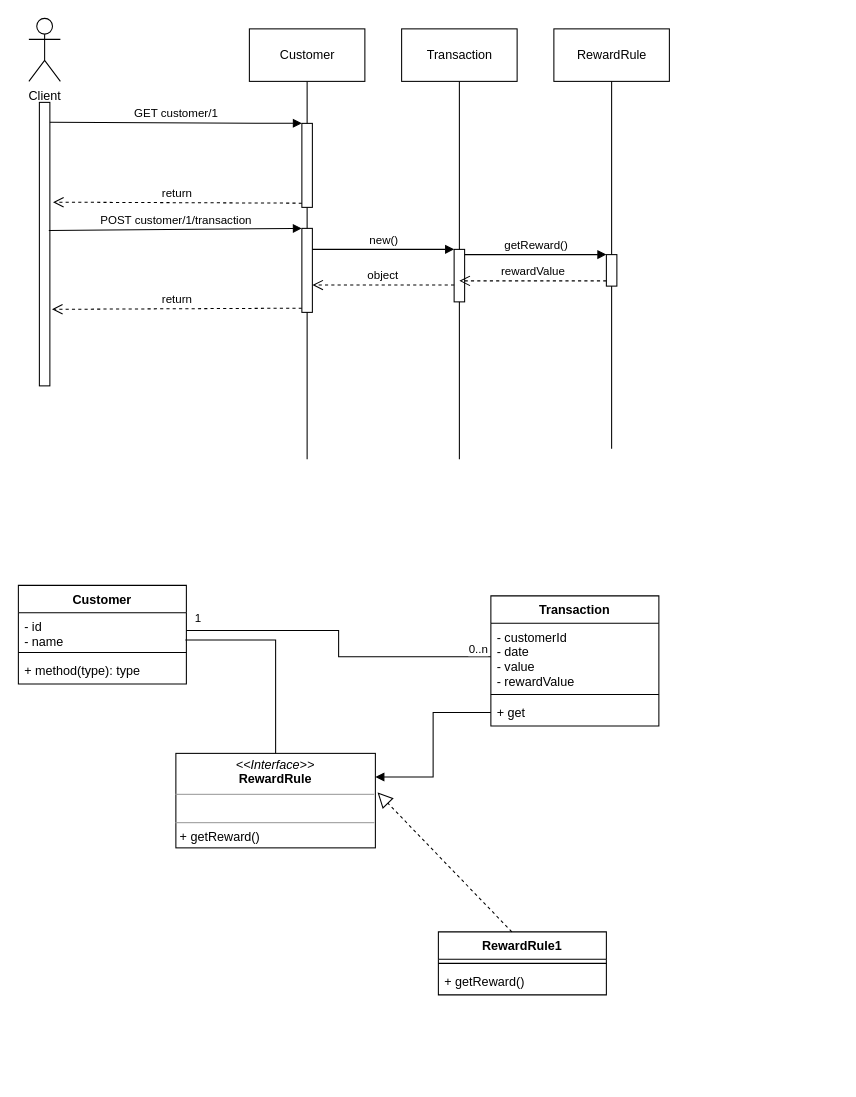
The draw.io diagram page "Page-2" (2 of 2) of System Design.drawio in furlan/ms-rewards-webapi, before the edit. Source tidied: cells renumbered, new cells numbered last; positions are measured from the earlier drawing's top-left corner, leaving out a move shared by most shapes. Both pictures are drawn from the tidied source at 105%, with x=0, y=0 at pixel (18, 18).
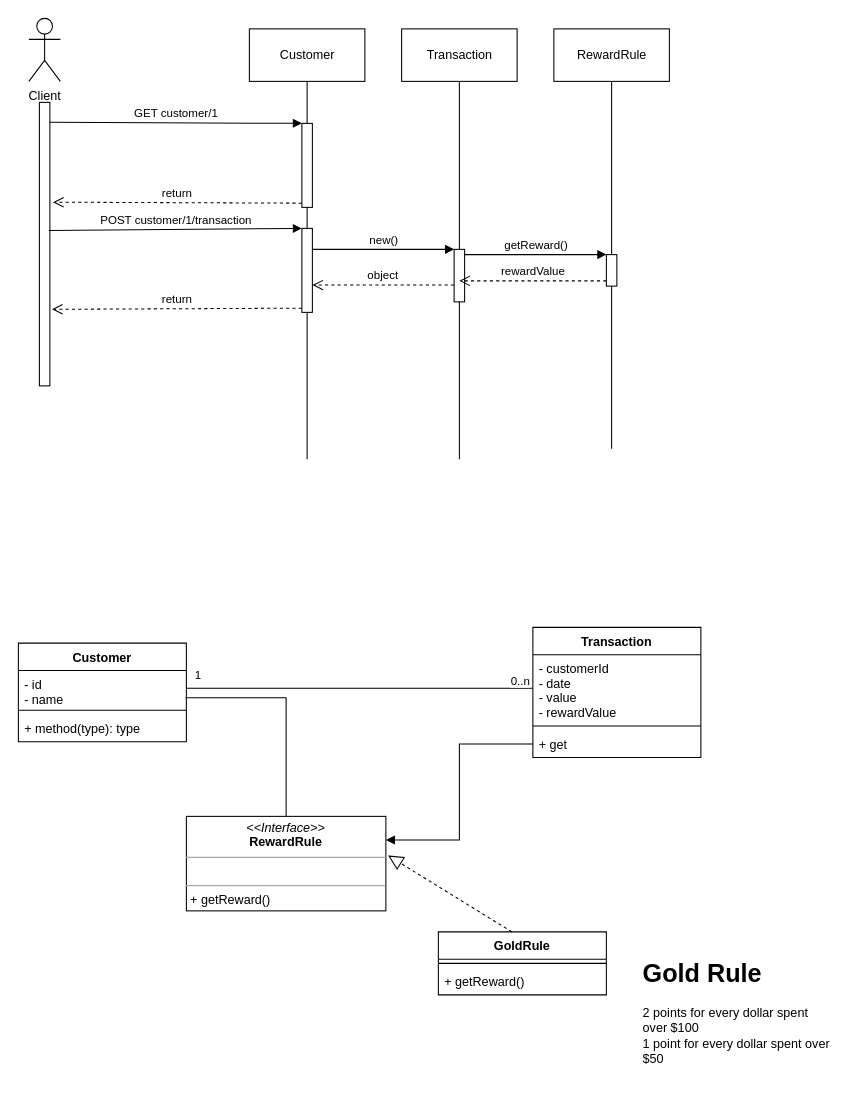
The same page after the edit.

The edit, as a diff of the source:
```diff
@@
     <mxCell id="2" value="Customer" style="swimlane;fontStyle=1;align=center;verticalAlign=top;horizontal=1;startSize=26;" parent="1" vertex="1">
-      <mxGeometry y="540" width="160" height="94" as="geometry" />
+      <mxGeometry y="595" width="160" height="94" as="geometry" />
     </mxCell>
@@
     <mxCell id="6" value="Transaction" style="swimlane;fontStyle=1;align=center;verticalAlign=top;horizontal=1;startSize=26;" parent="1" vertex="1">
-      <mxGeometry x="450" y="550" width="160" height="124" as="geometry" />
+      <mxGeometry x="490" y="580" width="160" height="124" as="geometry" />
     </mxCell>
@@
-    <mxCell id="10" value="RewardRule1" style="swimlane;fontStyle=1;align=center;verticalAlign=top;horizontal=1;startSize=26;" parent="1" vertex="1">
+    <mxCell id="10" value="GoldRule" style="swimlane;fontStyle=1;align=center;verticalAlign=top;horizontal=1;startSize=26;" parent="1" vertex="1">
       <mxGeometry x="400" y="870" width="160" height="60" as="geometry" />
     </mxCell>
@@
     <mxCell id="37" value="&lt;p style=&quot;margin:0px;margin-top:4px;text-align:center;&quot;&gt;&lt;i&gt;&amp;lt;&amp;lt;Interface&amp;gt;&amp;gt;&lt;/i&gt;&lt;br&gt;&lt;b&gt;RewardRule&lt;/b&gt;&lt;/p&gt;&lt;hr size=&quot;1&quot;&gt;&lt;p style=&quot;margin:0px;margin-left:4px;&quot;&gt;&lt;br&gt;&lt;/p&gt;&lt;hr size=&quot;1&quot;&gt;&lt;p style=&quot;margin:0px;margin-left:4px;&quot;&gt;+ getReward()&lt;/p&gt;" style="verticalAlign=top;align=left;overflow=fill;fontSize=12;fontFamily=Helvetica;html=1;" parent="1" vertex="1">
-      <mxGeometry x="150" y="700" width="190" height="90" as="geometry" />
+      <mxGeometry x="160" y="760" width="190" height="90" as="geometry" />
     </mxCell>
@@
+    <mxCell id="42" value="&lt;h1&gt;Gold Rule&lt;/h1&gt;&lt;div&gt;2 points for every dollar spent over $100&lt;br&gt;&lt;/div&gt;&lt;div&gt;1 point for every dollar spent over $50&lt;br&gt;&lt;/div&gt;" style="text;html=1;strokeColor=none;fillColor=none;spacing=5;spacingTop=-20;whiteSpace=wrap;overflow=hidden;rounded=0;" parent="1" vertex="1">
+      <mxGeometry x="590" y="890" width="190" height="120" as="geometry" />
+    </mxCell>
```
